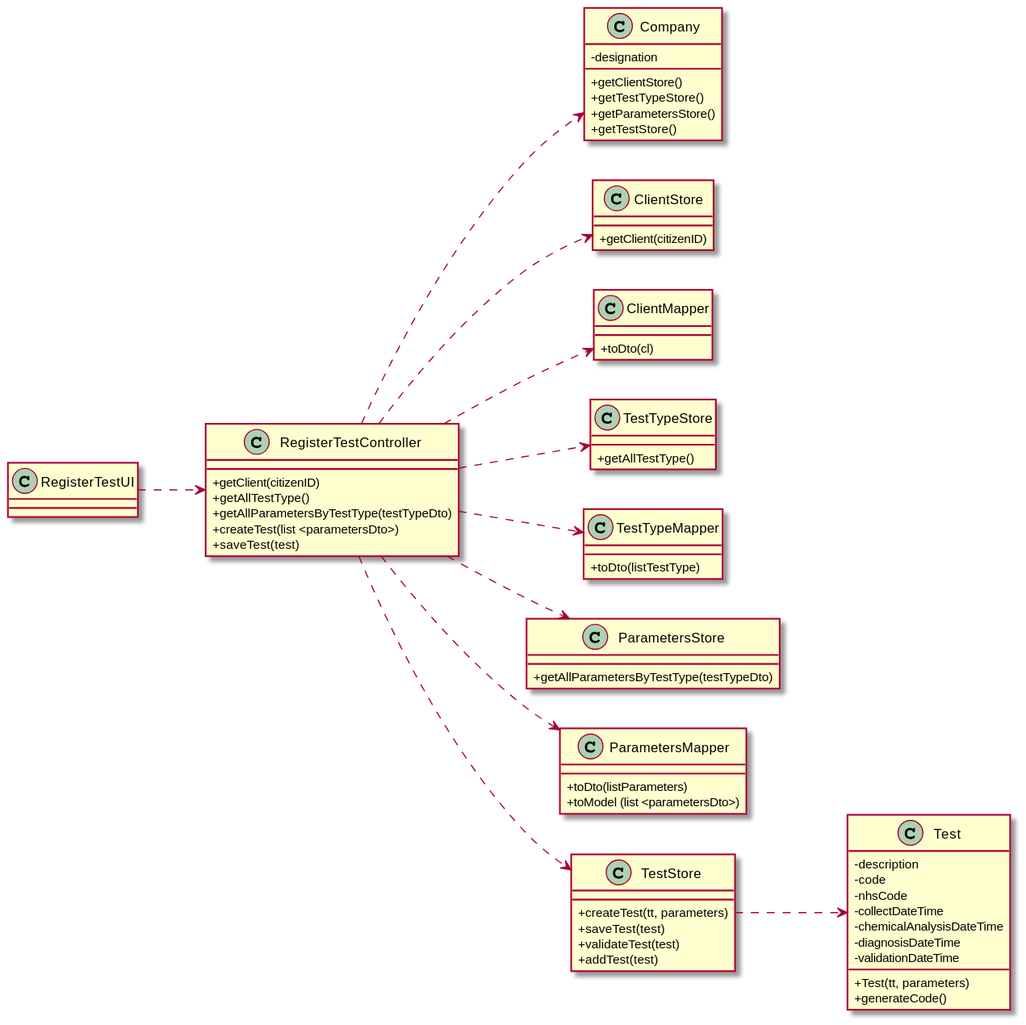
The PlantUML diagram docs/SprintC/US04/US04-CD.svg in 0franciscor/lei-21-s2-1de-g19, before a commit.
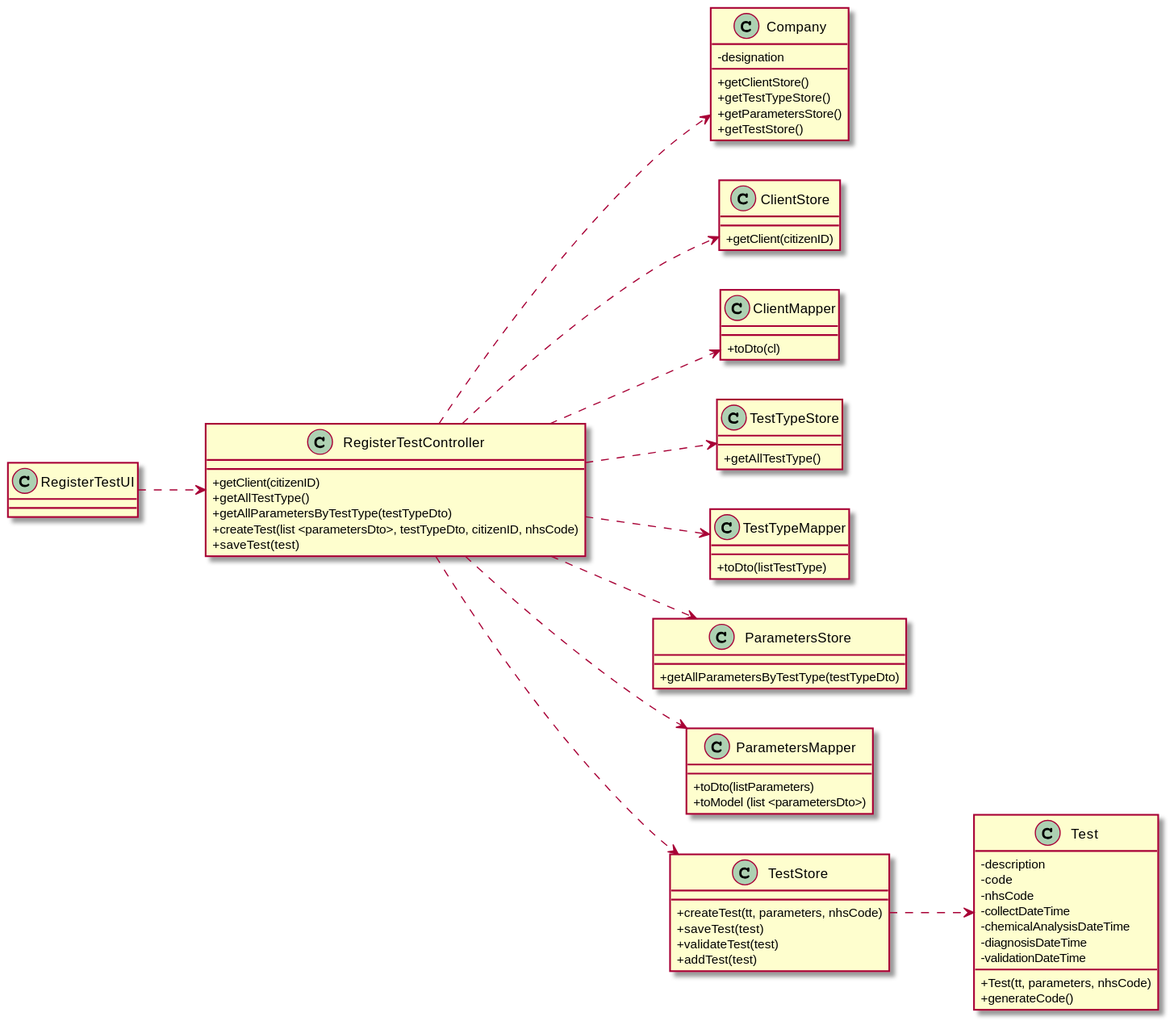
The same diagram one commit later.

Diff of the diagram source:
```diff
@@ -9,7 +9,7 @@
 +getClient(citizenID)
 +getAllTestType()
 +getAllParametersByTestType(testTypeDto)
-+createTest(list <parametersDto>)
++createTest(list <parametersDto>, testTypeDto, citizenID, nhsCode)
 +saveTest(test)
 }
 
@@ -47,7 +47,7 @@
 }
 
 class "TestStore" as TS {
-+createTest(tt, parameters)
++createTest(tt, parameters, nhsCode)
 +saveTest(test)
 +validateTest(test)
 +addTest(test)
@@ -61,7 +61,7 @@
 -chemicalAnalysisDateTime
 -diagnosisDateTime
 -validationDateTime
-+Test(tt, parameters)
++Test(tt, parameters, nhsCode)
 +generateCode()
 }
 
```
